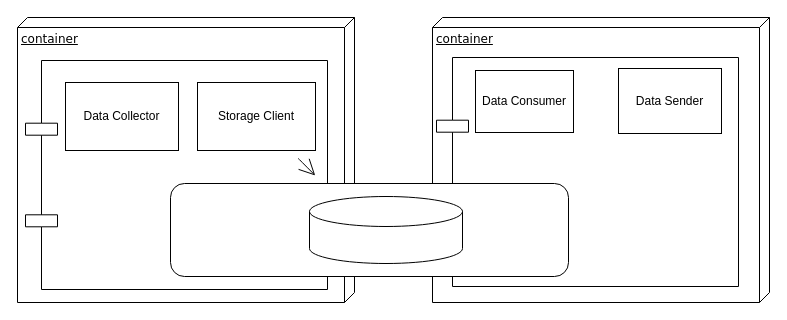
Before: HybridDB.drawio in iAmSKU/iot-data-viewer-app, a draw.io diagram. Source tidied: cells renumbered, new cells numbered last; positions are measured from the earlier drawing's top-left corner, leaving out a move shared by most shapes. Both pictures are drawn from the tidied source at 100%, with x=0, y=0 at pixel (17, 17).
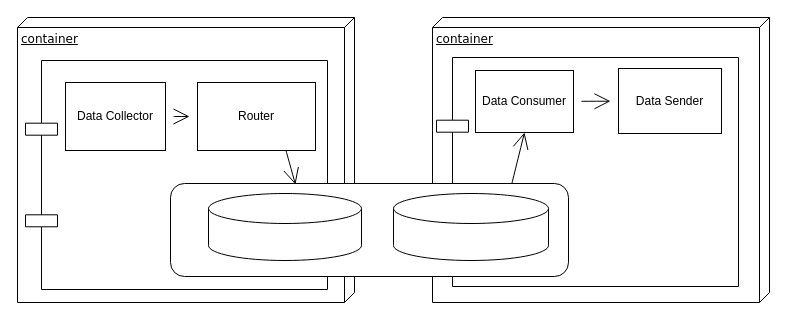
The same diagram, later.

What changed in the source:
```diff
@@
 <mxGraphModel>
   <root>
     <mxCell id="0" />
     <mxCell id="1" parent="0" />
     <mxCell id="2" value="container" style="verticalAlign=top;align=left;spacingTop=8;spacingLeft=2;spacingRight=12;shape=cube;size=10;direction=south;fontStyle=4;html=1;rounded=0;shadow=0;comic=0;labelBackgroundColor=none;strokeWidth=1;fontFamily=Verdana;fontSize=12;hachureGap=4;" parent="1" vertex="1">
       <mxGeometry x="415" width="337" height="285" as="geometry" />
     </mxCell>
     <mxCell id="3" style="shape=component;align=left;spacingLeft=36;rounded=0;shadow=0;comic=0;labelBackgroundColor=none;strokeWidth=1;fontFamily=Verdana;fontSize=12;html=1;hachureGap=4;" parent="1" vertex="1">
       <mxGeometry x="419" y="40" width="302" height="229" as="geometry" />
     </mxCell>
     <mxCell id="4" value="container" style="verticalAlign=top;align=left;spacingTop=8;spacingLeft=2;spacingRight=12;shape=cube;size=10;direction=south;fontStyle=4;html=1;rounded=0;shadow=0;comic=0;labelBackgroundColor=none;strokeWidth=1;fontFamily=Verdana;fontSize=12;hachureGap=4;" parent="1" vertex="1">
       <mxGeometry width="337" height="285" as="geometry" />
     </mxCell>
     <mxCell id="5" style="shape=component;align=left;spacingLeft=36;rounded=0;shadow=0;comic=0;labelBackgroundColor=none;strokeWidth=1;fontFamily=Verdana;fontSize=12;html=1;hachureGap=4;" parent="1" vertex="1">
       <mxGeometry x="8" y="43" width="302" height="229" as="geometry" />
     </mxCell>
+    <mxCell id="13" style="edgeStyle=none;curved=1;rounded=0;jettySize=auto;html=1;endArrow=open;startSize=14;endSize=14;sourcePerimeterSpacing=8;targetPerimeterSpacing=8;" parent="1" edge="1" source="6" target="8">
+      <mxGeometry relative="1" as="geometry" />
+    </mxCell>
     <mxCell id="6" value="Data Collector" style="rounded=0;whiteSpace=wrap;html=1;hachureGap=4;" parent="1" vertex="1">
-      <mxGeometry x="48" y="65" width="113" height="68" as="geometry" />
+      <mxGeometry x="48" y="65" width="100" height="68" as="geometry" />
     </mxCell>
-    <mxCell id="7" style="edgeStyle=none;curved=1;rounded=0;jettySize=auto;html=1;endArrow=open;startSize=14;endSize=14;sourcePerimeterSpacing=8;targetPerimeterSpacing=8;" parent="1" edge="1" source="8" target="9">
+    <mxCell id="7" style="edgeStyle=none;curved=1;rounded=0;jettySize=auto;html=1;endArrow=open;startSize=14;endSize=14;sourcePerimeterSpacing=8;targetPerimeterSpacing=8;entryX=0.314;entryY=0.011;entryDx=0;entryDy=0;entryPerimeter=0;exitX=0.75;exitY=1;exitDx=0;exitDy=0;" parent="1" edge="1" source="8" target="9">
       <mxGeometry relative="1" as="geometry" />
     </mxCell>
-    <mxCell id="8" value="Storage Client" style="rounded=0;whiteSpace=wrap;html=1;hachureGap=4;" parent="1" vertex="1">
+    <mxCell id="8" value="Router" style="rounded=0;whiteSpace=wrap;html=1;hachureGap=4;" parent="1" vertex="1">
       <mxGeometry x="180" y="65" width="118" height="68" as="geometry" />
     </mxCell>
+    <mxCell id="14" style="edgeStyle=none;curved=1;rounded=0;jettySize=auto;html=1;entryX=0.5;entryY=1;entryDx=0;entryDy=0;endArrow=open;startSize=14;endSize=14;sourcePerimeterSpacing=8;targetPerimeterSpacing=8;exitX=0.854;exitY=0.065;exitDx=0;exitDy=0;exitPerimeter=0;" parent="1" edge="1" source="9" target="11">
+      <mxGeometry relative="1" as="geometry" />
+    </mxCell>
     <mxCell id="9" style="rounded=1;whiteSpace=wrap;html=1;hachureGap=4;" parent="1" vertex="1">
       <mxGeometry x="153" y="166" width="398" height="93" as="geometry" />
     </mxCell>
     <mxCell id="10" style="shape=cylinder3;whiteSpace=wrap;html=1;boundedLbl=1;backgroundOutline=1;size=15;hachureGap=4;" parent="1" vertex="1">
-      <mxGeometry x="292" y="179" width="153" height="67" as="geometry" />
+      <mxGeometry x="191" y="176" width="153" height="67" as="geometry" />
     </mxCell>
+    <mxCell id="15" style="edgeStyle=none;curved=1;rounded=0;jettySize=auto;html=1;endArrow=open;startSize=14;endSize=14;sourcePerimeterSpacing=8;targetPerimeterSpacing=8;" parent="1" edge="1" source="11" target="12">
+      <mxGeometry relative="1" as="geometry" />
+    </mxCell>
     <mxCell id="11" value="Data Consumer" style="rounded=0;whiteSpace=wrap;html=1;hachureGap=4;" parent="1" vertex="1">
       <mxGeometry x="458" y="53" width="98" height="62" as="geometry" />
     </mxCell>
     <mxCell id="12" value="Data Sender" style="rounded=0;whiteSpace=wrap;html=1;hachureGap=4;" parent="1" vertex="1">
       <mxGeometry x="601" y="51" width="103" height="65" as="geometry" />
     </mxCell>
+    <mxCell id="16" style="shape=cylinder3;whiteSpace=wrap;html=1;boundedLbl=1;backgroundOutline=1;size=15;hachureGap=4;" parent="1" vertex="1">
+      <mxGeometry x="376" y="176" width="155" height="67" as="geometry" />
+    </mxCell>
   </root>
 </mxGraphModel>
```
